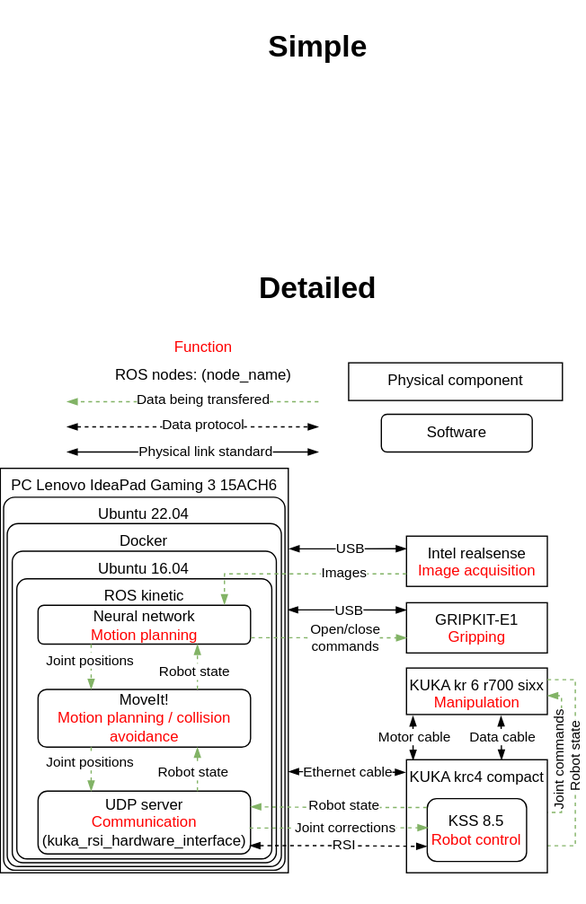
Above: system_architecture.drawio.svg in kasperfg16/p8_sewbot (draw.io), before the change. Source tidied: cells renumbered, new cells last; positions are measured from the earlier drawing's top-left corner, leaving out a move shared by most shapes.
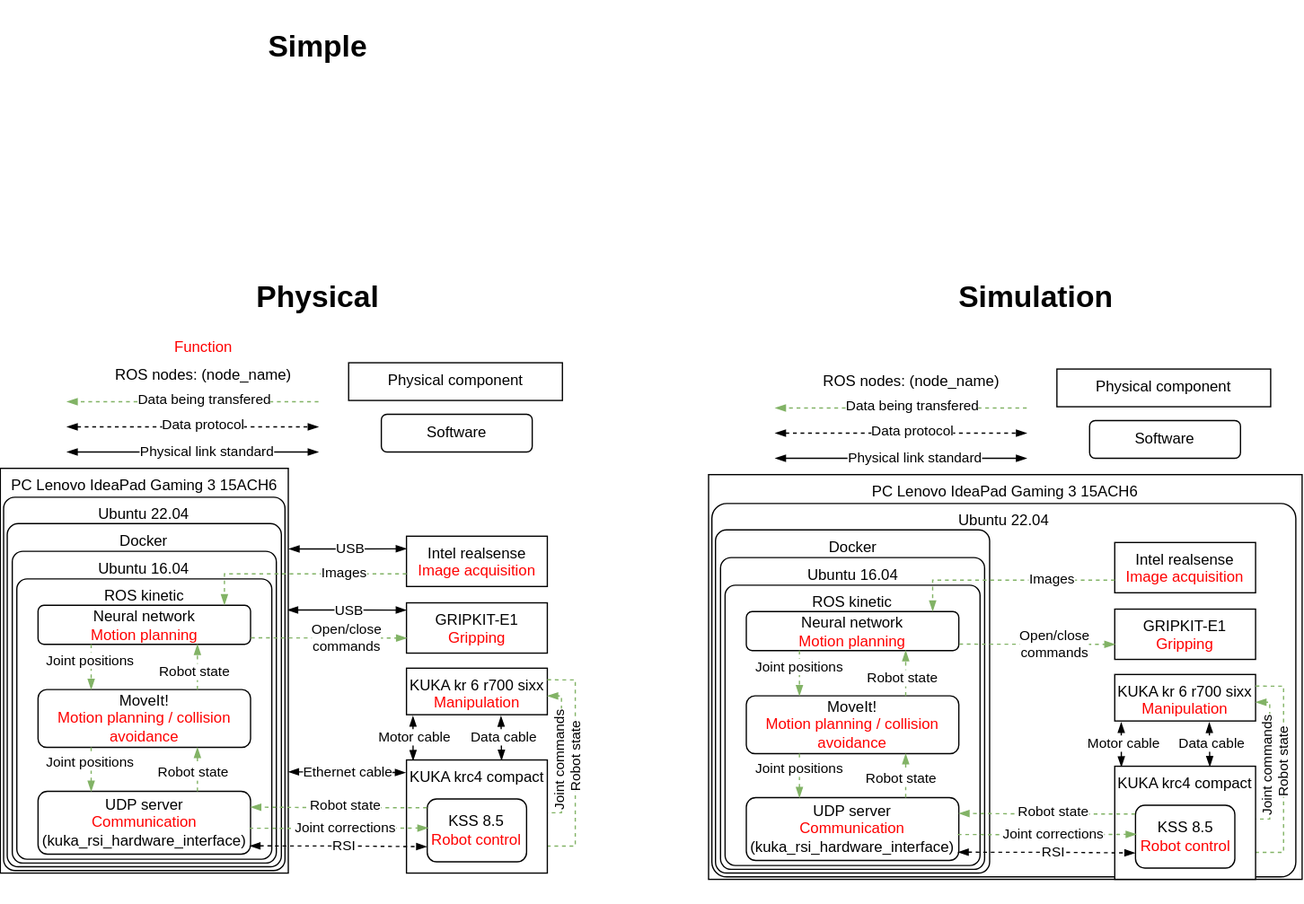
The same diagram one commit later.

The edit, as a diff of the source:
```diff
@@ -2,6 +2,12 @@
   <root>
     <mxCell id="0" />
     <mxCell id="1" parent="0" />
+    <mxCell id="61" value="PC&amp;nbsp;Lenovo IdeaPad Gaming 3 15ACH6" style="rounded=0;whiteSpace=wrap;html=1;verticalAlign=top;" parent="1" vertex="1">
+      <mxGeometry x="563" y="377" width="472" height="322" as="geometry" />
+    </mxCell>
+    <mxCell id="62" value="Ubuntu 22.04" style="rounded=1;whiteSpace=wrap;html=1;verticalAlign=top;arcSize=4;" parent="1" vertex="1">
+      <mxGeometry x="565.6" y="400" width="464.4" height="297" as="geometry" />
+    </mxCell>
     <mxCell id="2" value="KUKA kr 6 r700 sixx&lt;br&gt;&lt;font color=&quot;#ff0000&quot;&gt;Manipulation&lt;/font&gt;" style="rounded=0;whiteSpace=wrap;html=1;verticalAlign=top;" parent="1" vertex="1">
       <mxGeometry x="322.8" y="531" width="112" height="37" as="geometry" />
     </mxCell>
@@ -121,8 +127,8 @@
     <mxCell id="28" value="&lt;h1&gt;Simple&lt;/h1&gt;" style="text;html=1;align=center;verticalAlign=middle;strokeColor=none;fillColor=none;" parent="1" vertex="1">
       <mxGeometry x="203" width="97" height="73" as="geometry" />
     </mxCell>
-    <mxCell id="29" value="&lt;h1&gt;Detailed&lt;/h1&gt;" style="text;html=1;align=center;verticalAlign=middle;strokeColor=none;fillColor=none;" parent="1" vertex="1">
-      <mxGeometry x="196" y="192" width="111" height="73" as="geometry" />
+    <mxCell id="29" value="&lt;h1&gt;Physical&lt;/h1&gt;" style="text;html=1;align=center;verticalAlign=middle;strokeColor=none;fillColor=none;" parent="1" vertex="1">
+      <mxGeometry x="194" y="199" width="115" height="73" as="geometry" />
     </mxCell>
     <mxCell id="30" style="edgeStyle=orthogonalEdgeStyle;rounded=0;jettySize=auto;html=1;endArrow=blockThin;endFill=1;startArrow=blockThin;startFill=1;entryX=0.046;entryY=1.027;entryDx=0;entryDy=0;entryPerimeter=0;exitX=0.047;exitY=0.007;exitDx=0;exitDy=0;exitPerimeter=0;" parent="1" edge="1" source="32" target="2">
       <mxGeometry relative="1" as="geometry" />
@@ -247,5 +253,211 @@
         <mxPoint x="12" y="-3" as="offset" />
       </mxGeometry>
     </mxCell>
+    <mxCell id="63" value="KUKA kr 6 r700 sixx&lt;br&gt;&lt;font color=&quot;#ff0000&quot;&gt;Manipulation&lt;/font&gt;" style="rounded=0;whiteSpace=wrap;html=1;verticalAlign=top;" parent="1" vertex="1">
+      <mxGeometry x="886" y="536" width="112" height="37" as="geometry" />
+    </mxCell>
+    <mxCell id="64" value="ROS nodes: (node_name)&lt;br&gt;" style="text;html=1;align=center;verticalAlign=middle;strokeColor=none;fillColor=none;" parent="1" vertex="1">
+      <mxGeometry x="644.2" y="288" width="160" height="30" as="geometry" />
+    </mxCell>
+    <mxCell id="65" style="edgeStyle=orthogonalEdgeStyle;rounded=0;orthogonalLoop=1;jettySize=auto;html=1;exitX=0;exitY=0.25;exitDx=0;exitDy=0;dashed=1;endArrow=blockThin;endFill=1;startArrow=none;startFill=0;fillColor=#d5e8d4;strokeColor=#82b366;entryX=1;entryY=0.25;entryDx=0;entryDy=0;" parent="1" edge="1">
+      <mxGeometry relative="1" as="geometry">
+        <mxPoint x="816" y="324" as="sourcePoint" />
+        <mxPoint x="616" y="324" as="targetPoint" />
+      </mxGeometry>
+    </mxCell>
+    <mxCell id="66" value="Data being transfered" style="edgeLabel;html=1;align=center;verticalAlign=middle;" parent="65" vertex="1">
+      <mxGeometry x="0.11" y="1" relative="1" as="geometry">
+        <mxPoint x="20" y="-3" as="offset" />
+      </mxGeometry>
+    </mxCell>
+    <mxCell id="67" style="edgeStyle=orthogonalEdgeStyle;rounded=0;orthogonalLoop=1;jettySize=auto;html=1;exitX=1;exitY=0.75;exitDx=0;exitDy=0;entryX=0;entryY=0.75;entryDx=0;entryDy=0;dashed=1;endArrow=blockThin;endFill=1;startArrow=blockThin;startFill=1;" parent="1" edge="1">
+      <mxGeometry relative="1" as="geometry">
+        <mxPoint x="616" y="344" as="sourcePoint" />
+        <mxPoint x="816" y="344" as="targetPoint" />
+      </mxGeometry>
+    </mxCell>
+    <mxCell id="68" value="Data protocol" style="edgeLabel;html=1;align=center;verticalAlign=middle;" parent="67" vertex="1">
+      <mxGeometry x="0.24" relative="1" as="geometry">
+        <mxPoint x="-16" y="-2" as="offset" />
+      </mxGeometry>
+    </mxCell>
+    <mxCell id="69" style="edgeStyle=orthogonalEdgeStyle;rounded=0;orthogonalLoop=1;jettySize=auto;html=1;exitX=1;exitY=0.25;exitDx=0;exitDy=0;endArrow=blockThin;endFill=1;startArrow=blockThin;startFill=1;" parent="1" edge="1">
+      <mxGeometry relative="1" as="geometry">
+        <mxPoint x="616" y="364" as="sourcePoint" />
+        <mxPoint x="816" y="364" as="targetPoint" />
+      </mxGeometry>
+    </mxCell>
+    <mxCell id="70" value="Physical link standard" style="edgeLabel;html=1;align=center;verticalAlign=middle;" parent="69" vertex="1">
+      <mxGeometry x="0.18" relative="1" as="geometry">
+        <mxPoint x="-7" as="offset" />
+      </mxGeometry>
+    </mxCell>
+    <mxCell id="71" style="group;" parent="1" vertex="1">
+      <mxGeometry x="840" y="293" width="170" height="30" as="geometry" />
+    </mxCell>
+    <mxCell id="72" value="Physical component" style="rounded=0;whiteSpace=wrap;html=1;verticalAlign=top;" parent="71" vertex="1">
+      <mxGeometry width="170" height="30" as="geometry" />
+    </mxCell>
+    <mxCell id="73" value="Software" style="rounded=1;whiteSpace=wrap;html=1;" parent="1" vertex="1">
+      <mxGeometry x="866" y="334" width="120" height="30" as="geometry" />
+    </mxCell>
+    <mxCell id="74" style="edgeStyle=orthogonalEdgeStyle;rounded=0;jettySize=auto;html=1;endArrow=blockThin;endFill=1;startArrow=blockThin;startFill=1;entryX=0.671;entryY=1.027;entryDx=0;entryDy=0;entryPerimeter=0;exitX=0.675;exitY=0.004;exitDx=0;exitDy=0;exitPerimeter=0;" parent="1" edge="1" source="84" target="63">
+      <mxGeometry relative="1" as="geometry" />
+    </mxCell>
+    <mxCell id="75" value="Data cable " style="edgeLabel;html=1;align=center;verticalAlign=middle;" parent="74" vertex="1">
+      <mxGeometry x="0.25" y="-1" relative="1" as="geometry">
+        <mxPoint y="3" as="offset" />
+      </mxGeometry>
+    </mxCell>
+    <mxCell id="76" value="Intel realsense&lt;br&gt;&lt;font color=&quot;#ff0000&quot;&gt;Image acquisition&lt;/font&gt;" style="rounded=0;whiteSpace=wrap;html=1;verticalAlign=top;" parent="1" vertex="1">
+      <mxGeometry x="886" y="431" width="112" height="40" as="geometry" />
+    </mxCell>
+    <mxCell id="77" value="GRIPKIT-E1&lt;br&gt;&lt;font color=&quot;#ff0000&quot;&gt;Gripping&lt;/font&gt;" style="rounded=0;whiteSpace=wrap;html=1;verticalAlign=top;" parent="1" vertex="1">
+      <mxGeometry x="886" y="484" width="112" height="40" as="geometry" />
+    </mxCell>
+    <mxCell id="78" style="edgeStyle=orthogonalEdgeStyle;rounded=0;jettySize=auto;html=1;dashed=1;endArrow=blockThin;endFill=1;startArrow=none;startFill=0;fillColor=#d5e8d4;strokeColor=#82b366;entryX=1.001;entryY=0.596;entryDx=0;entryDy=0;exitX=1;exitY=0.25;exitDx=0;exitDy=0;entryPerimeter=0;" parent="1" edge="1" source="85" target="63">
+      <mxGeometry relative="1" as="geometry">
+        <Array as="points">
+          <mxPoint x="977.2" y="651" />
+          <mxPoint x="1009.2" y="651" />
+          <mxPoint x="1009.2" y="558" />
+        </Array>
+      </mxGeometry>
+    </mxCell>
+    <mxCell id="79" value="Joint commands" style="edgeLabel;html=1;align=center;verticalAlign=middle;rotation=-90;" parent="78" vertex="1">
+      <mxGeometry x="0.11" y="1" relative="1" as="geometry">
+        <mxPoint x="-1" as="offset" />
+      </mxGeometry>
+    </mxCell>
+    <mxCell id="80" style="edgeStyle=orthogonalEdgeStyle;rounded=0;jettySize=auto;html=1;exitX=1;exitY=0.25;exitDx=0;exitDy=0;dashed=1;endArrow=blockThin;endFill=1;startArrow=none;startFill=0;fillColor=#d5e8d4;strokeColor=#82b366;entryX=1;entryY=0.75;entryDx=0;entryDy=0;" parent="1" edge="1" source="63" target="85">
+      <mxGeometry relative="1" as="geometry">
+        <Array as="points">
+          <mxPoint x="1020.2" y="545" />
+          <mxPoint x="1020.2" y="678" />
+        </Array>
+      </mxGeometry>
+    </mxCell>
+    <mxCell id="81" value="Robot state" style="edgeLabel;html=1;align=center;verticalAlign=middle;rotation=-90;" parent="80" vertex="1">
+      <mxGeometry x="0.11" y="1" relative="1" as="geometry">
+        <mxPoint x="-1" y="-24" as="offset" />
+      </mxGeometry>
+    </mxCell>
+    <mxCell id="82" style="edgeStyle=orthogonalEdgeStyle;rounded=0;jettySize=auto;html=1;endArrow=blockThin;endFill=1;startArrow=blockThin;startFill=1;entryX=0.046;entryY=1.027;entryDx=0;entryDy=0;entryPerimeter=0;exitX=0.047;exitY=0.007;exitDx=0;exitDy=0;exitPerimeter=0;" parent="1" edge="1" source="84" target="63">
+      <mxGeometry relative="1" as="geometry" />
+    </mxCell>
+    <mxCell id="83" value="Motor cable" style="edgeLabel;html=1;align=center;verticalAlign=middle;" parent="82" vertex="1">
+      <mxGeometry x="0.25" y="-1" relative="1" as="geometry">
+        <mxPoint y="3" as="offset" />
+      </mxGeometry>
+    </mxCell>
+    <mxCell id="84" value="KUKA krc4 compact" style="rounded=0;whiteSpace=wrap;html=1;verticalAlign=top;" parent="1" vertex="1">
+      <mxGeometry x="886" y="609" width="112" height="90" as="geometry" />
+    </mxCell>
+    <mxCell id="85" value="KSS 8.5&lt;br&gt;&lt;font color=&quot;#ff0000&quot;&gt;Robot control&lt;/font&gt;" style="rounded=1;whiteSpace=wrap;html=1;" parent="1" vertex="1">
+      <mxGeometry x="902.5" y="640" width="79" height="50" as="geometry" />
+    </mxCell>
+    <mxCell id="86" value="Docker" style="rounded=1;whiteSpace=wrap;html=1;verticalAlign=top;arcSize=4;" parent="1" vertex="1">
+      <mxGeometry x="568.5" y="421" width="218" height="273" as="geometry" />
+    </mxCell>
+    <mxCell id="87" value="Ubuntu 16.04" style="rounded=1;whiteSpace=wrap;html=1;verticalAlign=top;arcSize=4;" parent="1" vertex="1">
+      <mxGeometry x="572.5" y="443" width="210" height="248" as="geometry" />
+    </mxCell>
+    <mxCell id="88" value="ROS kinetic" style="rounded=1;whiteSpace=wrap;html=1;verticalAlign=top;arcSize=4;" parent="1" vertex="1">
+      <mxGeometry x="576.1" y="465" width="202.8" height="223" as="geometry" />
+    </mxCell>
+    <mxCell id="89" value="Neural network&lt;br&gt;&lt;font color=&quot;#ff0000&quot;&gt;Motion planning&lt;/font&gt;" style="rounded=1;whiteSpace=wrap;html=1;" parent="1" vertex="1">
+      <mxGeometry x="593" y="486" width="169" height="31" as="geometry" />
+    </mxCell>
+    <mxCell id="90" value="MoveIt!&lt;br&gt;&lt;font color=&quot;#ff0000&quot;&gt;Motion planning / collision avoidance&lt;/font&gt;" style="rounded=1;whiteSpace=wrap;html=1;" parent="1" vertex="1">
+      <mxGeometry x="593" y="553" width="169" height="46" as="geometry" />
+    </mxCell>
+    <mxCell id="91" value="UDP server&lt;br&gt;&lt;font color=&quot;#ff0000&quot;&gt;Communication&lt;/font&gt;&lt;br&gt;(kuka_rsi_hardware_interface)" style="rounded=1;whiteSpace=wrap;html=1;" parent="1" vertex="1">
+      <mxGeometry x="593" y="634" width="169" height="50" as="geometry" />
+    </mxCell>
+    <mxCell id="92" style="edgeStyle=orthogonalEdgeStyle;rounded=0;jettySize=auto;html=1;exitX=0.25;exitY=1;exitDx=0;exitDy=0;dashed=1;endArrow=blockThin;endFill=1;startArrow=none;startFill=0;fillColor=#d5e8d4;strokeColor=#82b366;entryX=0.25;entryY=0;entryDx=0;entryDy=0;" parent="1" edge="1" source="89" target="90">
+      <mxGeometry relative="1" as="geometry" />
+    </mxCell>
+    <mxCell id="93" value="Joint positions" style="edgeLabel;html=1;align=center;verticalAlign=middle;" parent="92" vertex="1">
+      <mxGeometry x="0.11" y="1" relative="1" as="geometry">
+        <mxPoint x="-2" y="-7" as="offset" />
+      </mxGeometry>
+    </mxCell>
+    <mxCell id="94" style="edgeStyle=orthogonalEdgeStyle;rounded=0;jettySize=auto;html=1;exitX=0.75;exitY=0;exitDx=0;exitDy=0;dashed=1;endArrow=blockThin;endFill=1;startArrow=none;startFill=0;fillColor=#d5e8d4;strokeColor=#82b366;entryX=0.75;entryY=1;entryDx=0;entryDy=0;" parent="1" edge="1" source="90" target="89">
+      <mxGeometry relative="1" as="geometry" />
+    </mxCell>
+    <mxCell id="95" value="Robot state" style="edgeLabel;html=1;align=center;verticalAlign=middle;" parent="94" vertex="1">
+      <mxGeometry x="0.11" y="1" relative="1" as="geometry">
+        <mxPoint x="-2" y="6" as="offset" />
+      </mxGeometry>
+    </mxCell>
+    <mxCell id="96" style="edgeStyle=orthogonalEdgeStyle;rounded=0;jettySize=auto;html=1;exitX=0.75;exitY=0;exitDx=0;exitDy=0;dashed=1;endArrow=blockThin;endFill=1;startArrow=none;startFill=0;fillColor=#d5e8d4;strokeColor=#82b366;entryX=0.75;entryY=1;entryDx=0;entryDy=0;" parent="1" edge="1" source="91" target="90">
+      <mxGeometry relative="1" as="geometry" />
+    </mxCell>
+    <mxCell id="97" value="Robot state" style="edgeLabel;html=1;align=center;verticalAlign=middle;" parent="96" vertex="1">
+      <mxGeometry x="0.11" y="1" relative="1" as="geometry">
+        <mxPoint x="-3" y="4" as="offset" />
+      </mxGeometry>
+    </mxCell>
+    <mxCell id="98" style="edgeStyle=orthogonalEdgeStyle;rounded=0;jettySize=auto;html=1;exitX=0.25;exitY=1;exitDx=0;exitDy=0;dashed=1;endArrow=blockThin;endFill=1;startArrow=none;startFill=0;fillColor=#d5e8d4;strokeColor=#82b366;entryX=0.25;entryY=0;entryDx=0;entryDy=0;" parent="1" edge="1" source="90" target="91">
+      <mxGeometry relative="1" as="geometry" />
+    </mxCell>
+    <mxCell id="99" value="Joint positions" style="edgeLabel;html=1;align=center;verticalAlign=middle;" parent="98" vertex="1">
+      <mxGeometry x="0.11" y="1" relative="1" as="geometry">
+        <mxPoint x="-2" y="-8" as="offset" />
+      </mxGeometry>
+    </mxCell>
+    <mxCell id="100" style="edgeStyle=orthogonalEdgeStyle;rounded=0;jettySize=auto;html=1;exitX=0.996;exitY=0.868;exitDx=0;exitDy=0;dashed=1;endArrow=blockThin;endFill=1;startArrow=blockThin;startFill=1;exitPerimeter=0;" parent="1" edge="1" source="91">
+      <mxGeometry relative="1" as="geometry">
+        <mxPoint x="902.2" y="678" as="targetPoint" />
+      </mxGeometry>
+    </mxCell>
+    <mxCell id="101" value="RSI" style="edgeLabel;html=1;align=center;verticalAlign=middle;" parent="100" vertex="1">
+      <mxGeometry x="0.24" relative="1" as="geometry">
+        <mxPoint x="-12" y="-1" as="offset" />
+      </mxGeometry>
+    </mxCell>
+    <mxCell id="102" style="edgeStyle=orthogonalEdgeStyle;rounded=0;jettySize=auto;html=1;exitX=0.995;exitY=0.587;exitDx=0;exitDy=0;dashed=1;endArrow=blockThin;endFill=1;startArrow=none;startFill=0;fillColor=#d5e8d4;strokeColor=#82b366;entryX=0.009;entryY=0.463;entryDx=0;entryDy=0;entryPerimeter=0;exitPerimeter=0;" parent="1" edge="1" source="91" target="85">
+      <mxGeometry relative="1" as="geometry" />
+    </mxCell>
+    <mxCell id="103" value="Joint corrections" style="edgeLabel;html=1;align=center;verticalAlign=middle;" parent="102" vertex="1">
+      <mxGeometry x="0.11" y="1" relative="1" as="geometry">
+        <mxPoint x="-3" as="offset" />
+      </mxGeometry>
+    </mxCell>
+    <mxCell id="104" style="edgeStyle=orthogonalEdgeStyle;rounded=0;jettySize=auto;html=1;exitX=0;exitY=0.75;exitDx=0;exitDy=0;dashed=1;endArrow=blockThin;endFill=1;startArrow=none;startFill=0;fillColor=#d5e8d4;strokeColor=#82b366;entryX=0.877;entryY=-0.011;entryDx=0;entryDy=0;entryPerimeter=0;" parent="1" edge="1" source="76" target="89">
+      <mxGeometry relative="1" as="geometry">
+        <Array as="points">
+          <mxPoint x="741.2" y="461" />
+        </Array>
+      </mxGeometry>
+    </mxCell>
+    <mxCell id="105" value="Images" style="edgeLabel;html=1;align=center;verticalAlign=middle;" parent="104" vertex="1">
+      <mxGeometry x="0.11" y="1" relative="1" as="geometry">
+        <mxPoint x="44" y="-2" as="offset" />
+      </mxGeometry>
+    </mxCell>
+    <mxCell id="106" style="edgeStyle=orthogonalEdgeStyle;rounded=0;jettySize=auto;html=1;dashed=1;endArrow=blockThin;endFill=1;startArrow=none;startFill=0;fillColor=#d5e8d4;strokeColor=#82b366;exitX=1.002;exitY=0.835;exitDx=0;exitDy=0;exitPerimeter=0;" parent="1" edge="1" source="89">
+      <mxGeometry relative="1" as="geometry">
+        <mxPoint x="886.2" y="512" as="targetPoint" />
+      </mxGeometry>
+    </mxCell>
+    <mxCell id="107" value="Open/close&lt;br&gt;commands" style="edgeLabel;html=1;align=center;verticalAlign=middle;" parent="106" vertex="1">
+      <mxGeometry x="0.11" y="1" relative="1" as="geometry">
+        <mxPoint x="6" y="1" as="offset" />
+      </mxGeometry>
+    </mxCell>
+    <mxCell id="108" style="edgeStyle=orthogonalEdgeStyle;rounded=0;jettySize=auto;html=1;dashed=1;endArrow=blockThin;endFill=1;startArrow=none;startFill=0;fillColor=#d5e8d4;strokeColor=#82b366;entryX=1;entryY=0.25;entryDx=0;entryDy=0;" parent="1" edge="1" target="91">
+      <mxGeometry relative="1" as="geometry">
+        <mxPoint x="902.2" y="647" as="sourcePoint" />
+      </mxGeometry>
+    </mxCell>
+    <mxCell id="109" value="Robot state" style="edgeLabel;html=1;align=center;verticalAlign=middle;" parent="108" vertex="1">
+      <mxGeometry x="0.11" y="1" relative="1" as="geometry">
+        <mxPoint x="12" y="-3" as="offset" />
+      </mxGeometry>
+    </mxCell>
+    <mxCell id="110" value="&lt;h1&gt;Simulation&lt;/h1&gt;" style="text;html=1;align=center;verticalAlign=middle;strokeColor=none;fillColor=none;" parent="1" vertex="1">
+      <mxGeometry x="752" y="199" width="141" height="73" as="geometry" />
+    </mxCell>
   </root>
 </mxGraphModel>
```
